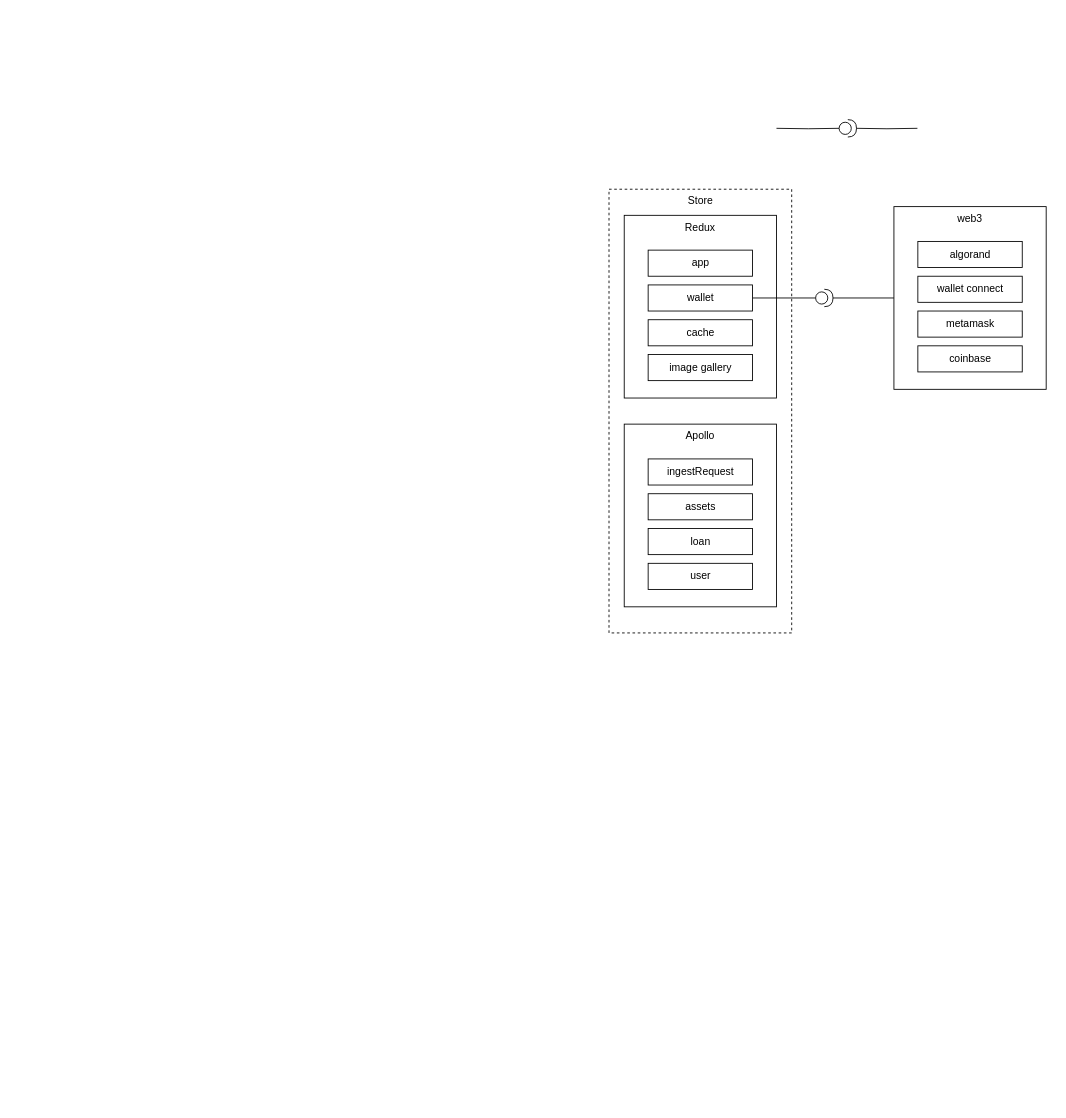
The draw.io diagram test-2.drawio in tobi-tobsen-berlin/diagrams, before the edit. Source tidied: cells renumbered, new cells numbered last; positions are measured from the earlier drawing's top-left corner, leaving out a move shared by most shapes. Both pictures are drawn from the tidied source at 87%, with x=0, y=0 at pixel (608, 119). Pictures stored in the file or linked from it are replaced by grey dashed boxes.
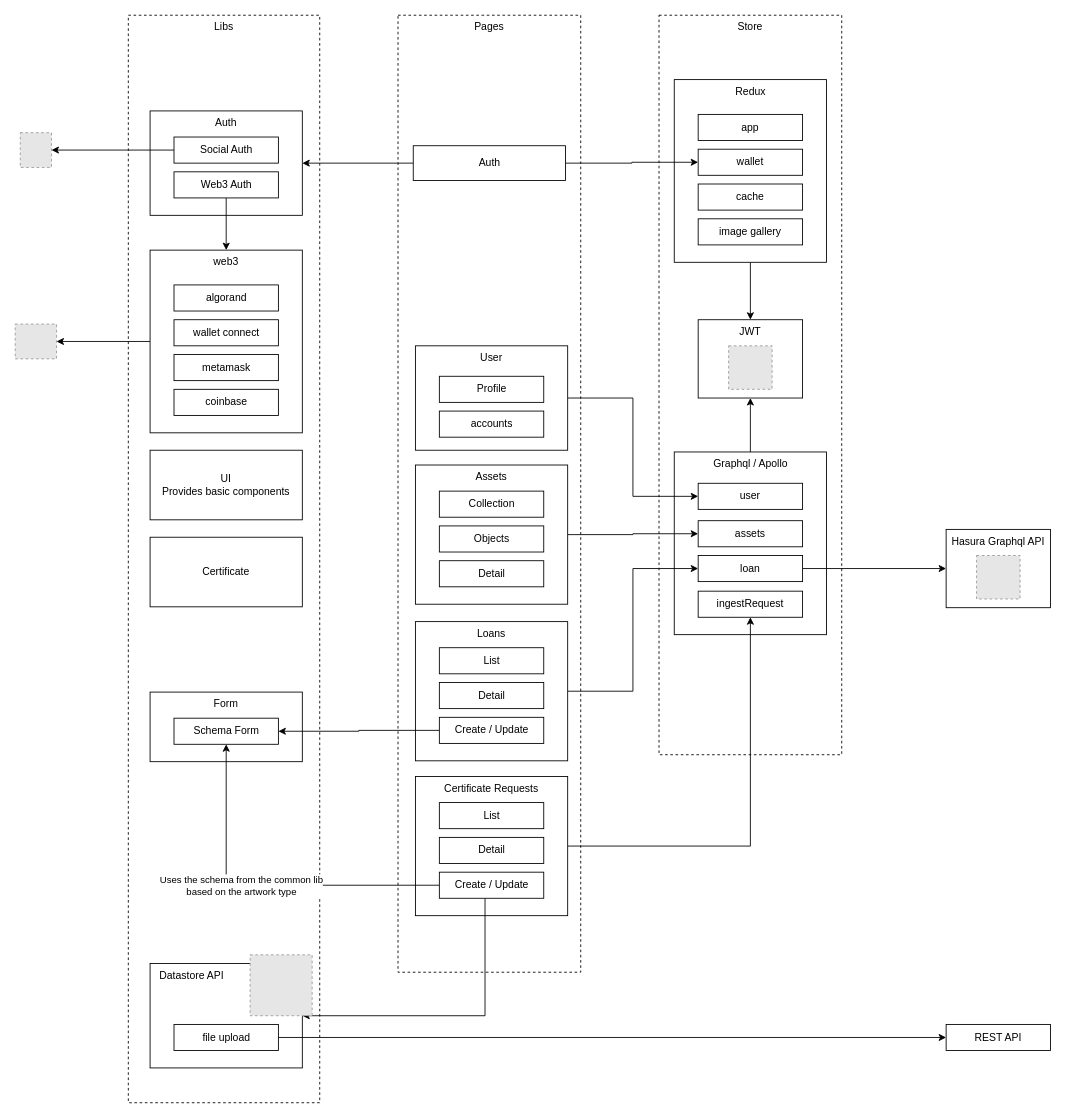
Above is the later version.

What changed in the source:
```diff
@@
+    <mxCell id="24" value="Libs" style="rounded=0;whiteSpace=wrap;html=1;verticalAlign=top;dashed=1;" parent="1" vertex="1">
+      <mxGeometry x="-552" y="-120" width="220" height="1250" as="geometry" />
+    </mxCell>
+    <mxCell id="25" value="Pages" style="rounded=0;whiteSpace=wrap;html=1;verticalAlign=top;dashed=1;" parent="1" vertex="1">
+      <mxGeometry x="-242" y="-120" width="210" height="1100" as="geometry" />
+    </mxCell>
+    <mxCell id="26" value="Form" style="rounded=0;whiteSpace=wrap;html=1;verticalAlign=top;" parent="1" vertex="1">
+      <mxGeometry x="-527" y="658" width="175" height="80" as="geometry" />
+    </mxCell>
+    <mxCell id="27" value="Hasura Graphql API" style="rounded=0;whiteSpace=wrap;html=1;verticalAlign=top;" parent="1" vertex="1">
+      <mxGeometry x="388" y="471" width="120" height="90" as="geometry" />
+    </mxCell>
+    <mxCell id="28" style="edgeStyle=orthogonalEdgeStyle;rounded=0;jettySize=auto;html=1;" parent="1" edge="1" source="15" target="32">
+      <mxGeometry relative="1" as="geometry" />
+    </mxCell>
+    <mxCell id="15" value="web3" style="rounded=0;whiteSpace=wrap;html=1;verticalAlign=top;" parent="1" vertex="1">
+      <mxGeometry x="-527" y="150" width="175" height="210" as="geometry" />
+    </mxCell>
     <mxCell id="2" value="Store" style="rounded=0;whiteSpace=wrap;html=1;verticalAlign=top;dashed=1;" parent="1" vertex="1">
-      <mxGeometry x="0.5" y="80" width="210" height="510" as="geometry" />
+      <mxGeometry x="58" y="-120" width="210" height="850" as="geometry" />
     </mxCell>
+    <mxCell id="29" style="edgeStyle=orthogonalEdgeStyle;rounded=0;jettySize=auto;html=1;entryX=0.5;entryY=0;entryDx=0;entryDy=0;" parent="1" edge="1" source="3" target="39">
+      <mxGeometry relative="1" as="geometry" />
+    </mxCell>
     <mxCell id="3" value="Redux" style="rounded=0;whiteSpace=wrap;html=1;verticalAlign=top;" parent="1" vertex="1">
-      <mxGeometry x="18" y="110" width="175" height="210" as="geometry" />
+      <mxGeometry x="75.5" y="-46" width="175" height="210" as="geometry" />
     </mxCell>
     <mxCell id="4" value="app" style="rounded=0;whiteSpace=wrap;html=1;" parent="1" vertex="1">
-      <mxGeometry x="45.5" y="150" width="120" height="30" as="geometry" />
+      <mxGeometry x="103" y="-6" width="120" height="30" as="geometry" />
     </mxCell>
-    <mxCell id="5" style="edgeStyle=orthogonalEdgeStyle;rounded=0;jettySize=auto;html=1;endArrow=none;endFill=0;" parent="1" edge="1" source="6" target="20">
-      <mxGeometry relative="1" as="geometry" />
-    </mxCell>
     <mxCell id="6" value="wallet" style="rounded=0;whiteSpace=wrap;html=1;" parent="1" vertex="1">
-      <mxGeometry x="45.5" y="190" width="120" height="30" as="geometry" />
+      <mxGeometry x="103" y="34" width="120" height="30" as="geometry" />
     </mxCell>
     <mxCell id="7" value="cache" style="rounded=0;whiteSpace=wrap;html=1;" parent="1" vertex="1">
-      <mxGeometry x="45.5" y="230" width="120" height="30" as="geometry" />
+      <mxGeometry x="103" y="74" width="120" height="30" as="geometry" />
     </mxCell>
     <mxCell id="8" value="image gallery" style="rounded=0;whiteSpace=wrap;html=1;" parent="1" vertex="1">
-      <mxGeometry x="45.5" y="270" width="120" height="30" as="geometry" />
+      <mxGeometry x="103" y="114" width="120" height="30" as="geometry" />
     </mxCell>
+    <mxCell id="30" style="edgeStyle=orthogonalEdgeStyle;rounded=0;jettySize=auto;html=1;" parent="1" edge="1" source="9" target="39">
+      <mxGeometry relative="1" as="geometry" />
+    </mxCell>
-    <mxCell id="9" value="Apollo" style="rounded=0;whiteSpace=wrap;html=1;verticalAlign=top;" parent="1" vertex="1">
-      <mxGeometry x="18" y="350" width="175" height="210" as="geometry" />
+    <mxCell id="9" value="Graphql / Apollo" style="rounded=0;whiteSpace=wrap;html=1;verticalAlign=top;" parent="1" vertex="1">
+      <mxGeometry x="75.5" y="382" width="175" height="210" as="geometry" />
     </mxCell>
-    <mxCell id="10" value="ingestRequest" style="rounded=0;whiteSpace=wrap;html=1;" parent="1" vertex="1">
-      <mxGeometry x="45.5" y="390" width="120" height="30" as="geometry" />
-    </mxCell>
     <mxCell id="11" value="assets" style="rounded=0;whiteSpace=wrap;html=1;" parent="1" vertex="1">
-      <mxGeometry x="45.5" y="430" width="120" height="30" as="geometry" />
+      <mxGeometry x="103" y="461" width="120" height="30" as="geometry" />
     </mxCell>
+    <mxCell id="31" style="edgeStyle=orthogonalEdgeStyle;rounded=0;jettySize=auto;html=1;entryX=0;entryY=0.5;entryDx=0;entryDy=0;" parent="1" edge="1" source="12" target="27">
+      <mxGeometry relative="1" as="geometry" />
+    </mxCell>
     <mxCell id="12" value="loan" style="rounded=0;whiteSpace=wrap;html=1;" parent="1" vertex="1">
-      <mxGeometry x="45.5" y="470" width="120" height="30" as="geometry" />
+      <mxGeometry x="103" y="501" width="120" height="30" as="geometry" />
     </mxCell>
     <mxCell id="13" value="user" style="rounded=0;whiteSpace=wrap;html=1;" parent="1" vertex="1">
-      <mxGeometry x="45.5" y="510" width="120" height="30" as="geometry" />
+      <mxGeometry x="103" y="418" width="120" height="30" as="geometry" />
     </mxCell>
-    <mxCell id="14" style="edgeStyle=orthogonalEdgeStyle;rounded=0;jettySize=auto;html=1;endArrow=none;endFill=0;" parent="1" edge="1" source="15" target="20">
-      <mxGeometry relative="1" as="geometry" />
-    </mxCell>
-    <mxCell id="15" value="web3" style="rounded=0;whiteSpace=wrap;html=1;verticalAlign=top;" parent="1" vertex="1">
-      <mxGeometry x="328" y="100" width="175" height="210" as="geometry" />
-    </mxCell>
     <mxCell id="16" value="algorand" style="rounded=0;whiteSpace=wrap;html=1;" parent="1" vertex="1">
-      <mxGeometry x="355.5" y="140" width="120" height="30" as="geometry" />
+      <mxGeometry x="-499.5" y="190" width="120" height="30" as="geometry" />
     </mxCell>
     <mxCell id="17" value="wallet connect" style="rounded=0;whiteSpace=wrap;html=1;" parent="1" vertex="1">
-      <mxGeometry x="355.5" y="180" width="120" height="30" as="geometry" />
+      <mxGeometry x="-499.5" y="230" width="120" height="30" as="geometry" />
     </mxCell>
     <mxCell id="18" value="metamask" style="rounded=0;whiteSpace=wrap;html=1;" parent="1" vertex="1">
-      <mxGeometry x="355.5" y="220" width="120" height="30" as="geometry" />
+      <mxGeometry x="-499.5" y="270" width="120" height="30" as="geometry" />
     </mxCell>
     <mxCell id="19" value="coinbase" style="rounded=0;whiteSpace=wrap;html=1;" parent="1" vertex="1">
-      <mxGeometry x="355.5" y="260" width="120" height="30" as="geometry" />
+      <mxGeometry x="-499.5" y="310" width="120" height="30" as="geometry" />
     </mxCell>
-    <mxCell id="20" style="shape=providedRequiredInterface;html=1;verticalLabelPosition=bottom;sketch=0;" parent="1" vertex="1">
-      <mxGeometry x="238" y="195" width="20" height="20" as="geometry" />
-    </mxCell>
-    <mxCell id="21" style="edgeStyle=orthogonalEdgeStyle;rounded=0;jettySize=auto;html=1;endArrow=none;endFill=0;" parent="1" edge="1" target="23">
-      <mxGeometry relative="1" as="geometry">
-        <mxPoint x="193" y="10" as="sourcePoint" />
-      </mxGeometry>
-    </mxCell>
-    <mxCell id="22" style="edgeStyle=orthogonalEdgeStyle;rounded=0;jettySize=auto;html=1;endArrow=none;endFill=0;" parent="1" edge="1" target="23">
-      <mxGeometry relative="1" as="geometry">
-        <mxPoint x="355" y="10" as="sourcePoint" />
-      </mxGeometry>
-    </mxCell>
-    <mxCell id="23" style="shape=providedRequiredInterface;html=1;verticalLabelPosition=bottom;sketch=0;" parent="1" vertex="1">
-      <mxGeometry x="265" width="20" height="20" as="geometry" />
-    </mxCell>
+    <mxCell id="32" style="fillColor=#E6E6E6;strokeColor=#999999;dashed=1;verticalLabelPosition=bottom;labelBackgroundColor=default;verticalAlign=top;" parent="1" vertex="1">
+      <mxGeometry x="-682" y="235" width="47.5" height="40" as="geometry" />
+    </mxCell>
+    <mxCell id="33" value="Auth&lt;br&gt;" style="rounded=0;whiteSpace=wrap;html=1;verticalAlign=top;" parent="1" vertex="1">
+      <mxGeometry x="-527" y="-10" width="175" height="120" as="geometry" />
+    </mxCell>
+    <mxCell id="34" style="edgeStyle=orthogonalEdgeStyle;rounded=0;jettySize=auto;html=1;" parent="1" edge="1" source="35" target="38">
+      <mxGeometry relative="1" as="geometry" />
+    </mxCell>
+    <mxCell id="35" value="Social Auth" style="rounded=0;whiteSpace=wrap;html=1;" parent="1" vertex="1">
+      <mxGeometry x="-499.5" y="20" width="120" height="30" as="geometry" />
+    </mxCell>
+    <mxCell id="36" style="edgeStyle=orthogonalEdgeStyle;rounded=0;jettySize=auto;html=1;entryX=0.5;entryY=0;entryDx=0;entryDy=0;" parent="1" edge="1" source="37" target="15">
+      <mxGeometry relative="1" as="geometry" />
+    </mxCell>
+    <mxCell id="37" value="Web3 Auth" style="rounded=0;whiteSpace=wrap;html=1;" parent="1" vertex="1">
+      <mxGeometry x="-499.5" y="60" width="120" height="30" as="geometry" />
+    </mxCell>
+    <mxCell id="38" style="fillColor=#E6E6E6;strokeColor=#999999;dashed=1;verticalLabelPosition=bottom;labelBackgroundColor=default;verticalAlign=top;" parent="1" vertex="1">
+      <mxGeometry x="-676.2" y="15" width="35.9" height="40" as="geometry" />
+    </mxCell>
+    <mxCell id="39" value="JWT" style="rounded=0;whiteSpace=wrap;html=1;verticalAlign=top;" parent="1" vertex="1">
+      <mxGeometry x="103" y="230" width="120" height="90" as="geometry" />
+    </mxCell>
+    <mxCell id="40" style="fillColor=#E6E6E6;strokeColor=#999999;dashed=1;verticalLabelPosition=bottom;labelBackgroundColor=default;verticalAlign=top;" parent="1" vertex="1">
+      <mxGeometry x="138" y="260" width="50" height="50" as="geometry" />
+    </mxCell>
+    <mxCell id="41" style="fillColor=#E6E6E6;strokeColor=#999999;dashed=1;verticalLabelPosition=bottom;labelBackgroundColor=default;verticalAlign=top;" parent="1" vertex="1">
+      <mxGeometry x="423" y="501" width="50" height="50" as="geometry" />
+    </mxCell>
+    <mxCell id="42" style="edgeStyle=orthogonalEdgeStyle;rounded=0;jettySize=auto;html=1;entryX=0;entryY=0.5;entryDx=0;entryDy=0;" parent="1" edge="1" source="43" target="13">
+      <mxGeometry relative="1" as="geometry" />
+    </mxCell>
+    <mxCell id="43" value="User" style="rounded=0;whiteSpace=wrap;html=1;verticalAlign=top;" parent="1" vertex="1">
+      <mxGeometry x="-222" y="260" width="175" height="120" as="geometry" />
+    </mxCell>
+    <mxCell id="44" style="edgeStyle=orthogonalEdgeStyle;rounded=0;jettySize=auto;html=1;entryX=0.5;entryY=1;entryDx=0;entryDy=0;" parent="1" edge="1" source="45" target="10">
+      <mxGeometry relative="1" as="geometry" />
+    </mxCell>
+    <mxCell id="45" value="Certificate Requests" style="rounded=0;whiteSpace=wrap;html=1;verticalAlign=top;" parent="1" vertex="1">
+      <mxGeometry x="-222" y="755" width="175" height="160" as="geometry" />
+    </mxCell>
+    <mxCell id="46" value="List" style="rounded=0;whiteSpace=wrap;html=1;" parent="1" vertex="1">
+      <mxGeometry x="-194.5" y="785" width="120" height="30" as="geometry" />
+    </mxCell>
+    <mxCell id="47" value="Detail" style="rounded=0;whiteSpace=wrap;html=1;" parent="1" vertex="1">
+      <mxGeometry x="-194.5" y="825" width="120" height="30" as="geometry" />
+    </mxCell>
+    <mxCell id="48" style="edgeStyle=orthogonalEdgeStyle;rounded=0;jettySize=auto;html=1;entryX=0;entryY=0.5;entryDx=0;entryDy=0;" parent="1" edge="1" source="49" target="11">
+      <mxGeometry relative="1" as="geometry" />
+    </mxCell>
+    <mxCell id="49" value="Assets" style="rounded=0;whiteSpace=wrap;html=1;verticalAlign=top;" parent="1" vertex="1">
+      <mxGeometry x="-222" y="397" width="175" height="160" as="geometry" />
+    </mxCell>
+    <mxCell id="50" value="Collection" style="rounded=0;whiteSpace=wrap;html=1;" parent="1" vertex="1">
+      <mxGeometry x="-194.5" y="427" width="120" height="30" as="geometry" />
+    </mxCell>
+    <mxCell id="51" value="Objects" style="rounded=0;whiteSpace=wrap;html=1;" parent="1" vertex="1">
+      <mxGeometry x="-194.5" y="467" width="120" height="30" as="geometry" />
+    </mxCell>
+    <mxCell id="52" value="Detail" style="rounded=0;whiteSpace=wrap;html=1;" parent="1" vertex="1">
+      <mxGeometry x="-194.5" y="507" width="120" height="30" as="geometry" />
+    </mxCell>
+    <mxCell id="53" style="edgeStyle=orthogonalEdgeStyle;rounded=0;jettySize=auto;html=1;entryX=0;entryY=0.5;entryDx=0;entryDy=0;" parent="1" edge="1" source="54" target="12">
+      <mxGeometry relative="1" as="geometry" />
+    </mxCell>
+    <mxCell id="54" value="Loans" style="rounded=0;whiteSpace=wrap;html=1;verticalAlign=top;" parent="1" vertex="1">
+      <mxGeometry x="-222" y="577" width="175" height="160" as="geometry" />
+    </mxCell>
+    <mxCell id="55" value="List" style="rounded=0;whiteSpace=wrap;html=1;" parent="1" vertex="1">
+      <mxGeometry x="-194.5" y="607" width="120" height="30" as="geometry" />
+    </mxCell>
+    <mxCell id="56" value="Detail" style="rounded=0;whiteSpace=wrap;html=1;" parent="1" vertex="1">
+      <mxGeometry x="-194.5" y="647" width="120" height="30" as="geometry" />
+    </mxCell>
+    <mxCell id="57" style="edgeStyle=orthogonalEdgeStyle;rounded=0;jettySize=auto;html=1;" parent="1" edge="1" source="60" target="67">
+      <mxGeometry relative="1" as="geometry" />
+    </mxCell>
+    <mxCell id="58" value="Uses the schema from the common lib &lt;br&gt;based on the artwork type" style="edgeLabel;html=1;align=center;verticalAlign=middle;" parent="57" vertex="1">
+      <mxGeometry x="-0.47" y="2" relative="1" as="geometry">
+        <mxPoint x="-120" y="-2" as="offset" />
+      </mxGeometry>
+    </mxCell>
+    <mxCell id="59" style="edgeStyle=orthogonalEdgeStyle;rounded=0;jettySize=auto;html=1;entryX=1;entryY=0.5;entryDx=0;entryDy=0;" parent="1" edge="1" source="60" target="62">
+      <mxGeometry relative="1" as="geometry">
+        <Array as="points">
+          <mxPoint x="-142" y="1030" />
+        </Array>
+      </mxGeometry>
+    </mxCell>
+    <mxCell id="60" value="Create / Update" style="rounded=0;whiteSpace=wrap;html=1;" parent="1" vertex="1">
+      <mxGeometry x="-194.5" y="865" width="120" height="30" as="geometry" />
+    </mxCell>
+    <mxCell id="61" value="REST API" style="rounded=0;whiteSpace=wrap;html=1;verticalAlign=middle;" parent="1" vertex="1">
+      <mxGeometry x="388" y="1040" width="120" height="30" as="geometry" />
+    </mxCell>
+    <mxCell id="62" value="Datastore API" style="rounded=0;whiteSpace=wrap;html=1;verticalAlign=top;align=left;spacingTop=0;spacingLeft=9;" parent="1" vertex="1">
+      <mxGeometry x="-527" y="970" width="175" height="120" as="geometry" />
+    </mxCell>
+    <mxCell id="63" value="file upload" style="rounded=0;whiteSpace=wrap;html=1;" parent="1" vertex="1">
+      <mxGeometry x="-499.5" y="1040" width="120" height="30" as="geometry" />
+    </mxCell>
+    <mxCell id="64" style="fillColor=#E6E6E6;strokeColor=#999999;dashed=1;verticalLabelPosition=bottom;labelBackgroundColor=default;verticalAlign=top;" parent="1" vertex="1">
+      <mxGeometry x="-412" y="960" width="71.3" height="70" as="geometry" />
+    </mxCell>
+    <mxCell id="65" style="edgeStyle=orthogonalEdgeStyle;rounded=0;orthogonalLoop=1;jettySize=auto;html=1;exitX=0.5;exitY=1;exitDx=0;exitDy=0;" parent="1" edge="1" source="62" target="62">
+      <mxGeometry relative="1" as="geometry" />
+    </mxCell>
+    <mxCell id="66" style="edgeStyle=orthogonalEdgeStyle;rounded=0;jettySize=auto;html=1;entryX=0;entryY=0.5;entryDx=0;entryDy=0;" parent="1" edge="1" source="63" target="61">
+      <mxGeometry relative="1" as="geometry" />
+    </mxCell>
+    <mxCell id="10" value="ingestRequest" style="rounded=0;whiteSpace=wrap;html=1;" parent="1" vertex="1">
+      <mxGeometry x="103" y="542" width="120" height="30" as="geometry" />
+    </mxCell>
+    <mxCell id="67" value="Schema Form" style="rounded=0;whiteSpace=wrap;html=1;" parent="1" vertex="1">
+      <mxGeometry x="-499.5" y="688" width="120" height="30" as="geometry" />
+    </mxCell>
+    <mxCell id="68" style="edgeStyle=orthogonalEdgeStyle;rounded=0;jettySize=auto;html=1;entryX=1;entryY=0.5;entryDx=0;entryDy=0;" parent="1" edge="1" source="69" target="67">
+      <mxGeometry relative="1" as="geometry" />
+    </mxCell>
+    <mxCell id="69" value="Create / Update" style="rounded=0;whiteSpace=wrap;html=1;" parent="1" vertex="1">
+      <mxGeometry x="-194.5" y="687" width="120" height="30" as="geometry" />
+    </mxCell>
+    <mxCell id="70" value="UI&lt;br&gt;Provides basic components" style="rounded=0;whiteSpace=wrap;html=1;verticalAlign=middle;" parent="1" vertex="1">
+      <mxGeometry x="-527" y="380" width="175" height="80" as="geometry" />
+    </mxCell>
+    <mxCell id="71" style="edgeStyle=orthogonalEdgeStyle;rounded=0;jettySize=auto;html=1;entryX=1;entryY=0.5;entryDx=0;entryDy=0;" parent="1" edge="1" source="73" target="33">
+      <mxGeometry relative="1" as="geometry" />
+    </mxCell>
+    <mxCell id="72" style="edgeStyle=orthogonalEdgeStyle;rounded=0;jettySize=auto;html=1;entryX=0;entryY=0.5;entryDx=0;entryDy=0;" parent="1" edge="1" source="73" target="6">
+      <mxGeometry relative="1" as="geometry" />
+    </mxCell>
+    <mxCell id="73" value="Auth&lt;br&gt;" style="rounded=0;whiteSpace=wrap;html=1;verticalAlign=middle;" parent="1" vertex="1">
+      <mxGeometry x="-224.5" y="30" width="175" height="40" as="geometry" />
+    </mxCell>
+    <mxCell id="74" value="Certificate" style="rounded=0;whiteSpace=wrap;html=1;verticalAlign=middle;" parent="1" vertex="1">
+      <mxGeometry x="-527" y="480" width="175" height="80" as="geometry" />
+    </mxCell>
+    <mxCell id="75" value="Profile" style="rounded=0;whiteSpace=wrap;html=1;" parent="1" vertex="1">
+      <mxGeometry x="-194.5" y="295" width="120" height="30" as="geometry" />
+    </mxCell>
+    <mxCell id="76" value="accounts" style="rounded=0;whiteSpace=wrap;html=1;" parent="1" vertex="1">
+      <mxGeometry x="-194.5" y="335" width="120" height="30" as="geometry" />
+    </mxCell>
```
